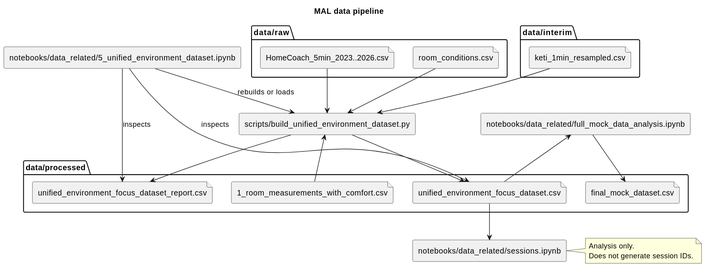
Earlier version of the PlantUML export MAL/docs/diagrams/data_pipeline.svg (SEP4Real/SEP4). The source it was exported from:
```plantuml
@startuml
title MAL data pipeline

skinparam componentStyle rectangle

folder "data/raw" {
  file "HomeCoach_5min_2023..2026.csv" as homecoach
  file "room_conditions.csv" as room_conditions
}

folder "data/interim" {
  file "keti_1min_resampled.csv" as keti
}

folder "data/processed" {
  file "1_room_measurements_with_comfort.csv" as room_comfort
  file "unified_environment_focus_dataset.csv" as unified
  file "unified_environment_focus_dataset_report.csv" as report
  file "final_mock_dataset.csv" as final_mock
}

component "scripts/build_unified_environment_dataset.py" as builder
component "notebooks/data_related/5_unified_environment_dataset.ipynb" as unified_nb
component "notebooks/data_related/full_mock_data_analysis.ipynb" as mock_nb
component "notebooks/data_related/sessions.ipynb" as sessions_nb

keti --> builder
room_conditions --> builder
room_comfort --> builder
homecoach --> builder

builder --> unified
builder --> report

unified_nb --> builder : rebuilds or loads
unified_nb --> unified : inspects
unified_nb --> report : inspects

unified --> mock_nb
mock_nb --> final_mock
unified --> sessions_nb

note right of sessions_nb
  Analysis only.
  Does not generate session IDs.
end note
@enduml
```
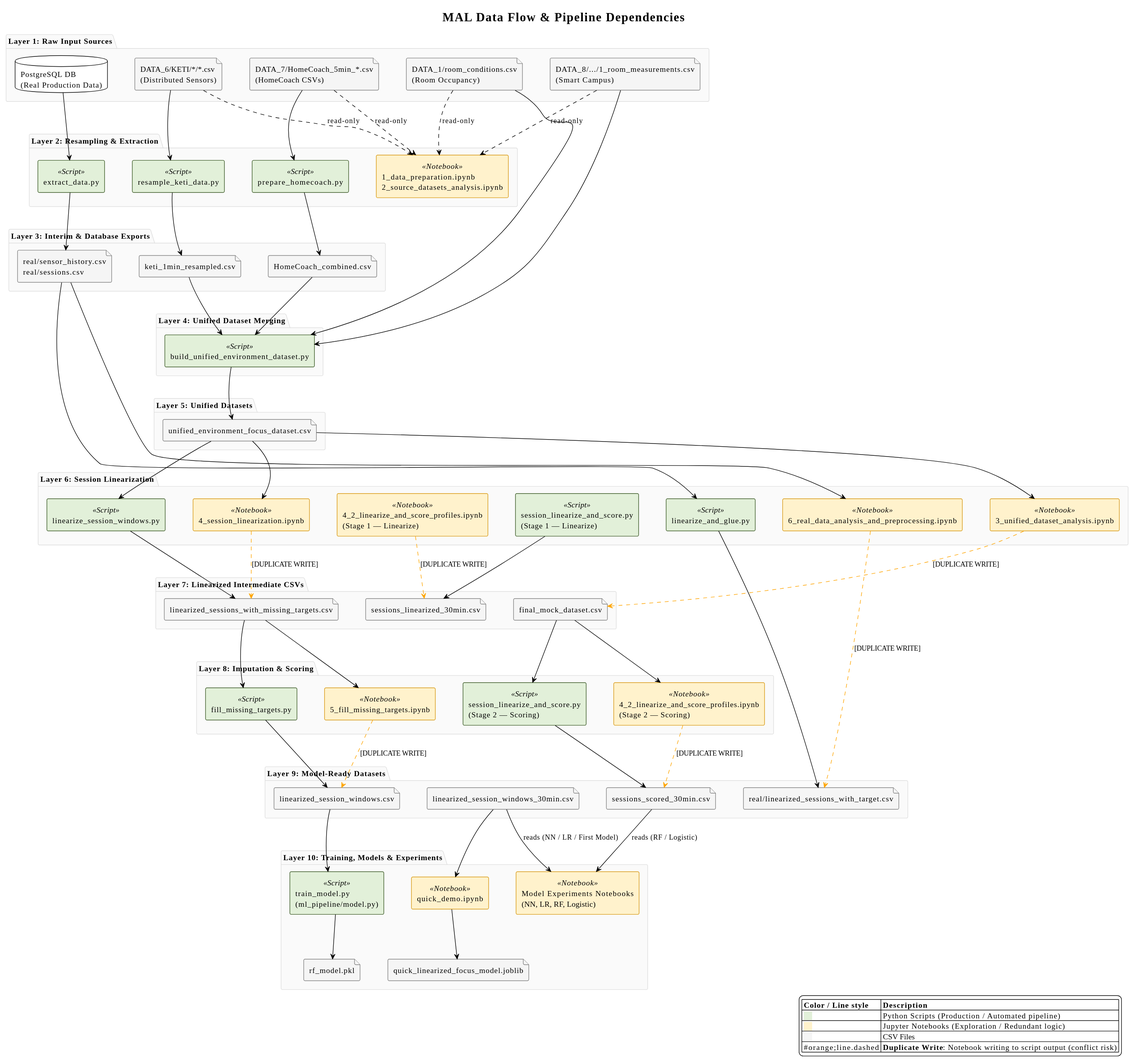
The same file after the commit.

Commit message:
[Add] Data pipeline graph

What changed in the source:
```diff
@@ -1,47 +1,168 @@
 @startuml
-title MAL data pipeline
+!theme plain
+title MAL Data Flow & Pipeline Dependencies
 
+skinparam ranksep 80
+skinparam nodesep 50
 skinparam componentStyle rectangle
+skinparam PackageBackgroundColor #FAFAFA
+skinparam PackageBorderColor #DDDDDD
 
-folder "data/raw" {
-  file "HomeCoach_5min_2023..2026.csv" as homecoach
-  file "room_conditions.csv" as room_conditions
+skinparam component {
+  BackgroundColor<<Script>> #E2F0D9
+  BorderColor<<Script>> #385723
+  BackgroundColor<<Notebook>> #FFF2CC
+  BorderColor<<Notebook>> #D7970F
+}
+skinparam file {
+  BackgroundColor #F5F5F5
+  BorderColor #7F7F7F
 }
 
-folder "data/interim" {
-  file "keti_1min_resampled.csv" as keti
+package "Layer 1: Raw Input Sources" {
+  file "DATA_6/KETI/*/*.csv\n(Distributed Sensors)" as raw_keti
+  file "DATA_7/HomeCoach_5min_*.csv\n(HomeCoach CSVs)" as raw_homecoach
+  file "DATA_1/room_conditions.csv\n(Room Occupancy)" as raw_conditions
+  file "DATA_8/.../1_room_measurements.csv\n(Smart Campus)" as raw_campus
+  database "PostgreSQL DB\n(Real Production Data)" as db
 }
 
-folder "data/processed" {
-  file "1_room_measurements_with_comfort.csv" as room_comfort
-  file "unified_environment_focus_dataset.csv" as unified
-  file "unified_environment_focus_dataset_report.csv" as report
-  file "final_mock_dataset.csv" as final_mock
+package "Layer 2: Resampling & Extraction" {
+  component "resample_keti_data.py" as scr_resample <<Script>>
+  component "prepare_homecoach.py" as scr_homecoach <<Script>>
+  component "extract_data.py" as scr_extract <<Script>>
+  component "1_data_preparation.ipynb\n2_source_datasets_analysis.ipynb" as nb_prep <<Notebook>>
 }
 
-component "scripts/build_unified_environment_dataset.py" as builder
-component "notebooks/data_related/5_unified_environment_dataset.ipynb" as unified_nb
-component "notebooks/data_related/full_mock_data_analysis.ipynb" as mock_nb
-component "notebooks/data_related/sessions.ipynb" as sessions_nb
+raw_keti --> scr_resample
+raw_homecoach --> scr_homecoach
+db --> scr_extract
 
-keti --> builder
-room_conditions --> builder
-room_comfort --> builder
-homecoach --> builder
+raw_keti ..> nb_prep : read-only
+raw_homecoach ..> nb_prep : read-only
+raw_conditions ..> nb_prep : read-only
+raw_campus ..> nb_prep : read-only
 
-builder --> unified
-builder --> report
+package "Layer 3: Interim & Database Exports" {
+  file "keti_1min_resampled.csv" as int_keti
+  file "HomeCoach_combined.csv" as int_homecoach
+  file "real/sensor_history.csv\nreal/sessions.csv" as real_raw
+}
 
-unified_nb --> builder : rebuilds or loads
-unified_nb --> unified : inspects
-unified_nb --> report : inspects
+scr_resample --> int_keti
+scr_homecoach --> int_homecoach
+scr_extract --> real_raw
 
-unified --> mock_nb
-mock_nb --> final_mock
-unified --> sessions_nb
+package "Layer 4: Unified Dataset Merging" {
+  component "build_unified_environment_dataset.py" as scr_build_unified <<Script>>
+}
 
-note right of sessions_nb
-  Analysis only.
-  Does not generate session IDs.
-end note
+int_keti --> scr_build_unified
+int_homecoach --> scr_build_unified
+raw_conditions --> scr_build_unified
+raw_campus --> scr_build_unified
+
+package "Layer 5: Unified Datasets" {
+  file "unified_environment_focus_dataset.csv" as proc_unified
+}
+
+scr_build_unified --> proc_unified
+
+package "Layer 6: Session Linearization" {
+  component "linearize_session_windows.py" as scr_linearize <<Script>>
+  component "4_session_linearization.ipynb" as nb_session_lin <<Notebook>>
+
+  component "session_linearize_and_score.py\n(Stage 1 — Linearize)" as scr_linearize_score <<Script>>
+  component "4_2_linearize_and_score_profiles.ipynb\n(Stage 1 — Linearize)" as nb_lin_score <<Notebook>>
+
+  component "linearize_and_glue.py" as scr_linearize_glue <<Script>>
+  component "6_real_data_analysis_and_preprocessing.ipynb" as nb_real_prep <<Notebook>>
+
+  component "3_unified_dataset_analysis.ipynb" as nb_unified_analysis <<Notebook>>
+}
+
+proc_unified --> scr_linearize
+proc_unified --> nb_session_lin
+proc_unified --> nb_unified_analysis
+
+real_raw --> scr_linearize_glue
+real_raw --> nb_real_prep
+
+package "Layer 7: Linearized Intermediate CSVs" {
+  file "linearized_sessions_with_missing_targets.csv" as proc_missing
+  file "final_mock_dataset.csv" as proc_final_mock
+  file "sessions_linearized_30min.csv" as proc_lin_30min
+}
+
+scr_linearize --> proc_missing
+nb_session_lin ..> proc_missing #orange;line.dashed : [DUPLICATE WRITE]
+
+nb_unified_analysis ..> proc_final_mock #orange;line.dashed : [DUPLICATE WRITE]
+
+scr_linearize_score --> proc_lin_30min
+nb_lin_score ..> proc_lin_30min #orange;line.dashed : [DUPLICATE WRITE]
+
+package "Layer 8: Imputation & Scoring" {
+  component "fill_missing_targets.py" as scr_fill_targets <<Script>>
+  component "5_fill_missing_targets.ipynb" as nb_fill_targets <<Notebook>>
+
+  component "session_linearize_and_score.py\n(Stage 2 — Scoring)" as scr_score <<Script>>
+  component "4_2_linearize_and_score_profiles.ipynb\n(Stage 2 — Scoring)" as nb_score <<Notebook>>
+}
+
+proc_missing --> scr_fill_targets
+proc_missing --> nb_fill_targets
+
+proc_final_mock --> scr_score
+proc_final_mock --> nb_score
+
+package "Layer 9: Model-Ready Datasets" {
+  file "linearized_session_windows.csv" as proc_session_windows
+  file "linearized_session_windows_30min.csv" as proc_session_windows_30min
+  file "sessions_scored_30min.csv" as proc_scored_30min
+  file "real/linearized_sessions_with_target.csv" as real_linearized
+}
+
+scr_fill_targets --> proc_session_windows
+nb_fill_targets ..> proc_session_windows #orange;line.dashed : [DUPLICATE WRITE]
+
+scr_score --> proc_scored_30min
+nb_score ..> proc_scored_30min #orange;line.dashed : [DUPLICATE WRITE]
+
+scr_linearize_glue --> real_linearized
+nb_real_prep ..> real_linearized #orange;line.dashed : [DUPLICATE WRITE]
+
+package "Layer 10: Training, Models & Experiments" {
+  component "train_model.py\n(ml_pipeline/model.py)" as scr_train <<Script>>
+  file "rf_model.pkl" as model_rf
+
+  component "Model Experiments Notebooks\n(NN, LR, RF, Logistic)" as nb_experiments <<Notebook>>
+  component "quick_demo.ipynb" as nb_quick_demo <<Notebook>>
+  file "quick_linearized_focus_model.joblib" as model_quick
+}
+
+proc_session_windows --> scr_train
+scr_train --> model_rf
+
+proc_scored_30min --> nb_experiments : reads (RF / Logistic)
+proc_session_windows_30min --> nb_experiments : reads (NN / LR / First Model)
+
+proc_session_windows_30min --> nb_quick_demo
+nb_quick_demo --> model_quick
+
+raw_keti -[hidden]down-> scr_resample
+scr_resample -[hidden]down-> int_keti
+int_keti -[hidden]down-> scr_build_unified
+scr_build_unified -[hidden]down-> proc_unified
+proc_unified -[hidden]down-> scr_linearize
+proc_missing -[hidden]down-> scr_fill_targets
+proc_session_windows -[hidden]down-> scr_train
+
+legend right
+  |= Color / Line style |= Description |
+  | <back:#E2F0D9>    </back> | Python Scripts (Production / Automated pipeline) |
+  | <back:#FFF2CC>    </back> | Jupyter Notebooks (Exploration / Redundant logic) |
+  | <back:#F5F5F5>    </back> | CSV Files |
+  | #orange;line.dashed | **Duplicate Write**: Notebook writing to script output (conflict risk) |
+endlegend
 @enduml
```
